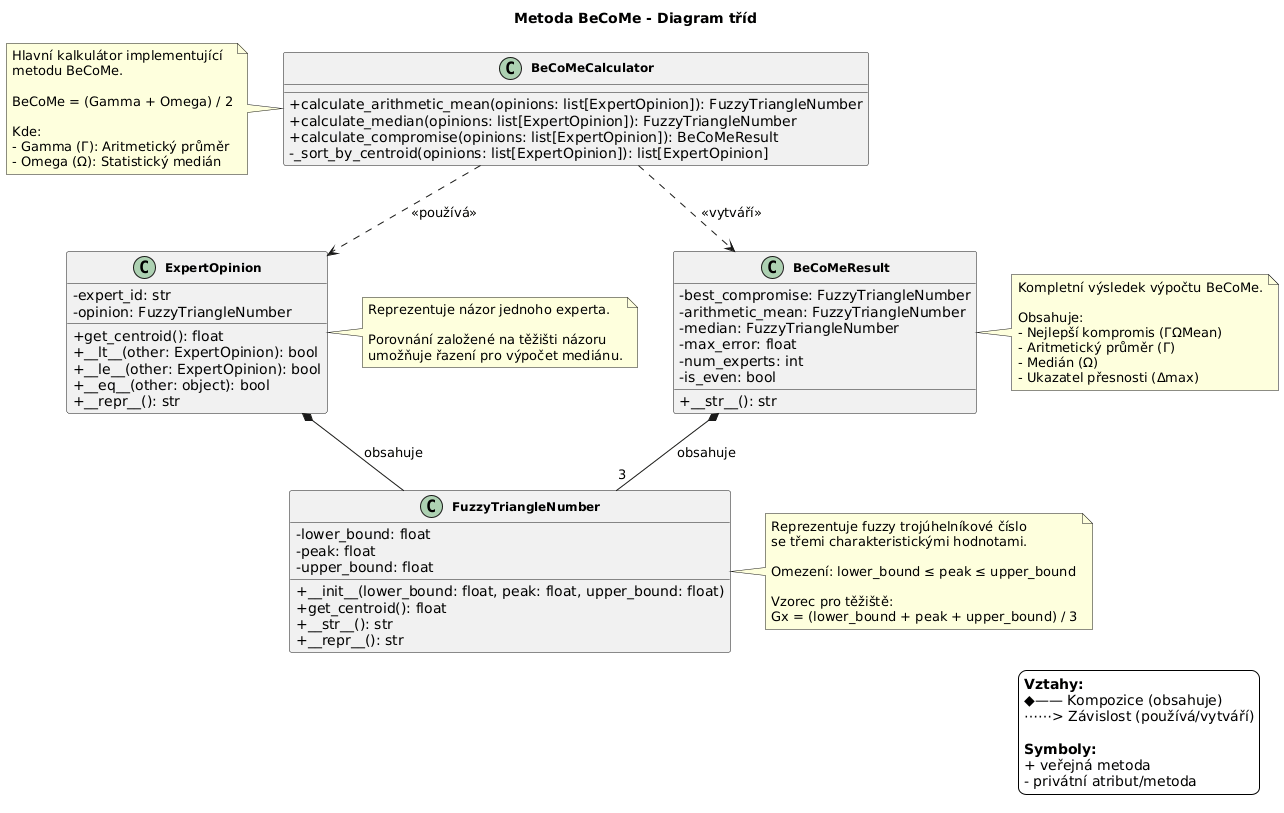
This is docs/uml-diagrams/cs/diagrams/png/class-diagram.png from caitlon/BeCoMe, a PlantUML export, as it was before one commit.
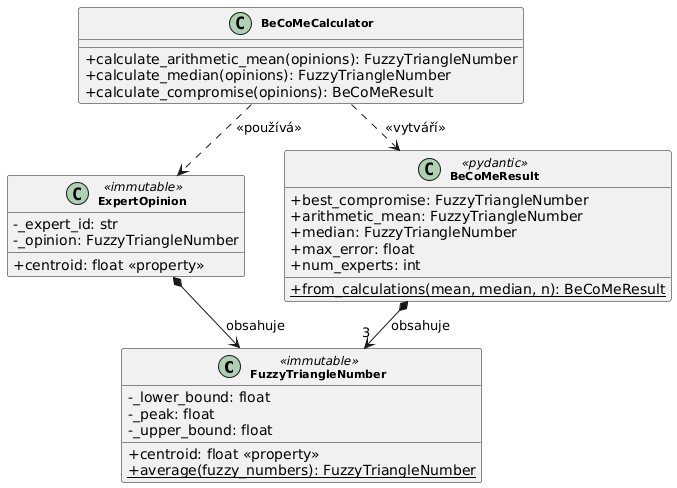
After the change.

Commit message:
docs: update EN class diagrams to match CS structure and add patterns diagram

Change to the diagram source:
```diff
@@ -1,102 +1,50 @@
 @startuml
 skinparam classAttributeIconSize 0
-skinparam classFontSize 12
+skinparam classFontSize 11
 skinparam classFontStyle bold
 skinparam backgroundColor #FFFFFF
 skinparam shadowing false
+skinparam nodesep 40
+skinparam ranksep 30
 
-title Metoda BeCoMe - Diagram tříd
+top to bottom direction
 
-class FuzzyTriangleNumber {
-    - lower_bound: float
-    - peak: float
-    - upper_bound: float
 
-    + __init__(lower_bound: float, peak: float, upper_bound: float)
-    + get_centroid(): float
-    + __str__(): str
-    + __repr__(): str
+class FuzzyTriangleNumber <<immutable>> {
+    - _lower_bound: float
+    - _peak: float
+    - _upper_bound: float
+    __
+    + centroid: float <<property>>
+    + {static} average(fuzzy_numbers): FuzzyTriangleNumber
 }
 
-note right of FuzzyTriangleNumber
-    Reprezentuje fuzzy trojúhelníkové číslo
-    se třemi charakteristickými hodnotami.
-
-    Omezení: lower_bound ≤ peak ≤ upper_bound
-
-    Vzorec pro těžiště:
-    Gx = (lower_bound + peak + upper_bound) / 3
-end note
-
-class ExpertOpinion {
-    - expert_id: str
-    - opinion: FuzzyTriangleNumber
-
-    + get_centroid(): float
-    + __lt__(other: ExpertOpinion): bool
-    + __le__(other: ExpertOpinion): bool
-    + __eq__(other: object): bool
-    + __repr__(): str
+class ExpertOpinion <<immutable>> {
+    - _expert_id: str
+    - _opinion: FuzzyTriangleNumber
+    __
+    + centroid: float <<property>>
 }
 
-note right of ExpertOpinion
-    Reprezentuje názor jednoho experta.
-
-    Porovnání založené na těžišti názoru
-    umožňuje řazení pro výpočet mediánu.
-end note
-
 class BeCoMeCalculator {
-    + calculate_arithmetic_mean(opinions: list[ExpertOpinion]): FuzzyTriangleNumber
-    + calculate_median(opinions: list[ExpertOpinion]): FuzzyTriangleNumber
-    + calculate_compromise(opinions: list[ExpertOpinion]): BeCoMeResult
-    - _sort_by_centroid(opinions: list[ExpertOpinion]): list[ExpertOpinion]
+    + calculate_arithmetic_mean(opinions): FuzzyTriangleNumber
+    + calculate_median(opinions): FuzzyTriangleNumber
+    + calculate_compromise(opinions): BeCoMeResult
 }
 
-note left of BeCoMeCalculator
-    Hlavní kalkulátor implementující
-    metodu BeCoMe.
-
-    BeCoMe = (Gamma + Omega) / 2
-
-    Kde:
-    - Gamma (Γ): Aritmetický průměr
-    - Omega (Ω): Statistický medián
-end note
-
-class BeCoMeResult {
-    - best_compromise: FuzzyTriangleNumber
-    - arithmetic_mean: FuzzyTriangleNumber
-    - median: FuzzyTriangleNumber
-    - max_error: float
-    - num_experts: int
-    - is_even: bool
-
-    + __str__(): str
+class BeCoMeResult <<pydantic>> {
+    + best_compromise: FuzzyTriangleNumber
+    + arithmetic_mean: FuzzyTriangleNumber
+    + median: FuzzyTriangleNumber
+    + max_error: float
+    + num_experts: int
+    __
+    + {static} from_calculations(mean, median, n): BeCoMeResult
 }
 
-note right of BeCoMeResult
-    Kompletní výsledek výpočtu BeCoMe.
 
-    Obsahuje:
-    - Nejlepší kompromis (ΓΩMean)
-    - Aritmetický průměr (Γ)
-    - Medián (Ω)
-    - Ukazatel přesnosti (Δmax)
-end note
-
-ExpertOpinion *-- FuzzyTriangleNumber : obsahuje
+ExpertOpinion *--> FuzzyTriangleNumber : obsahuje
+BeCoMeResult *--> "3" FuzzyTriangleNumber : obsahuje
 BeCoMeCalculator ..> ExpertOpinion : <<používá>>
 BeCoMeCalculator ..> BeCoMeResult : <<vytváří>>
-BeCoMeResult *-- "3" FuzzyTriangleNumber : obsahuje
-
-legend bottom right
-    **Vztahy:**
-    ◆—— Kompozice (obsahuje)
-    ⋯⋯> Závislost (používá/vytváří)
-
-    **Symboly:**
-    + veřejná metoda
-    - privátní atribut/metoda
-endlegend
 @enduml
```
